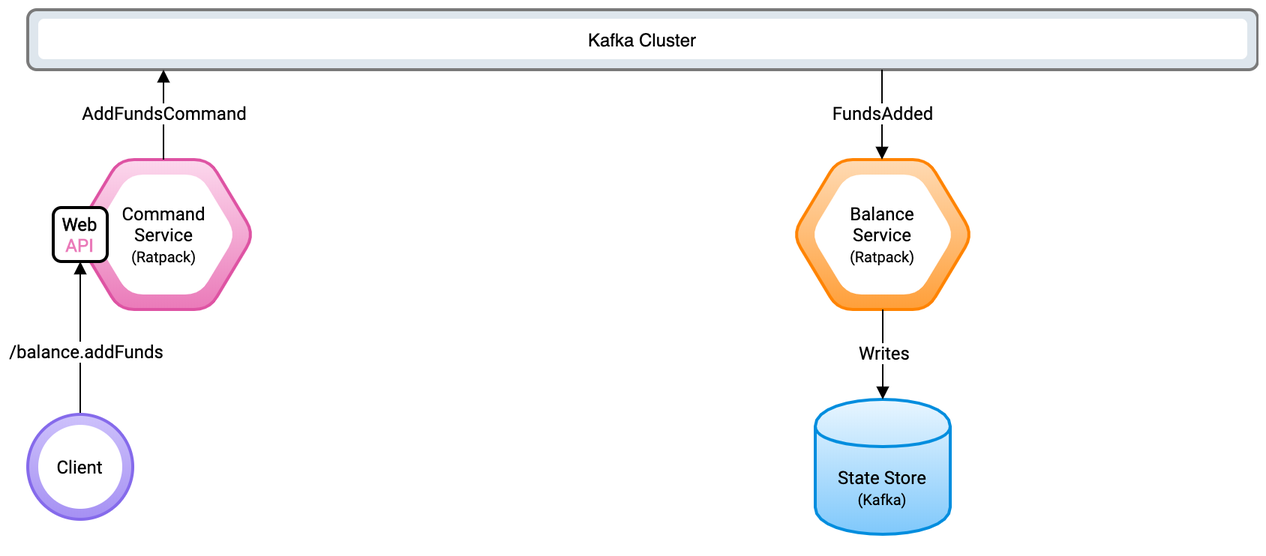
Earlier version of the draw.io export diagrams/cqrs-architecture-kafka-command-service.png (pcasas/piggybox). Source tidied: cells renumbered, new cells last; positions are measured from the earlier drawing's top-left corner, leaving out a move shared by most shapes. Source of this version:
```xml
<mxGraphModel>
  <root>
    <mxCell id="0" />
    <mxCell id="1" parent="0" />
    <mxCell id="2" style="rounded=1;whiteSpace=wrap;html=1;strokeWidth=2;fillColor=#DEE6ED;gradientColor=none;strokeColor=#7A7A7A;" parent="1" vertex="1">
      <mxGeometry width="820" height="40" as="geometry" />
    </mxCell>
    <mxCell id="3" value="Kafka Cluster" style="rounded=1;whiteSpace=wrap;html=1;strokeWidth=1;fillColor=#FFFFFF;gradientColor=none;dashed=1;perimeterSpacing=0;strokeColor=none;" parent="1" vertex="1">
      <mxGeometry x="7" y="6" width="806" height="27" as="geometry" />
    </mxCell>
    <mxCell id="4" style="shape=hexagon;perimeter=hexagonPerimeter2;whiteSpace=wrap;html=1;strokeWidth=2;fillColor=#FFDAB3;gradientColor=#FF9F39;rounded=1;comic=0;strokeColor=#ff8300;" parent="1" vertex="1">
      <mxGeometry x="510" y="100" width="120" height="100" as="geometry" />
    </mxCell>
    <mxCell id="5" value="Balance&lt;br&gt;Service&lt;br&gt;&lt;font style=&quot;font-size: 10px&quot;&gt;(Ratpack)&lt;/font&gt;" style="shape=hexagon;perimeter=hexagonPerimeter2;whiteSpace=wrap;html=1;strokeWidth=1;fillColor=#FFFFFF;gradientColor=#FFFFFF;dashed=1;fontFamily=Roboto;FType=g;rounded=1;comic=0;strokeColor=none;" parent="1" vertex="1">
      <mxGeometry x="522" y="110" width="96" height="80" as="geometry" />
    </mxCell>
    <mxCell id="6" value="&lt;font face=&quot;Roboto&quot;&gt;State Store&lt;br&gt;&lt;font style=&quot;font-size: 10px&quot;&gt;(Kafka)&lt;/font&gt;&lt;/font&gt;" style="shape=cylinder;whiteSpace=wrap;html=1;boundedLbl=1;backgroundOutline=1;strokeWidth=2;fillColor=#E9F6FF;gradientColor=#7FC8FB;shadow=0;strokeColor=#008dde;" parent="1" vertex="1">
      <mxGeometry x="525" y="260" width="90" height="90" as="geometry" />
    </mxCell>
    <mxCell id="7" style="endArrow=none;startArrow=block;html=1;entryX=0.5;entryY=1;entryDx=0;entryDy=0;exitX=0.5;exitY=0;exitDx=0;exitDy=0;startFill=1;endFill=0;" parent="1" edge="1" source="6" target="4">
      <mxGeometry relative="1" as="geometry" />
    </mxCell>
    <mxCell id="8" value="&lt;font face=&quot;Roboto&quot; style=&quot;font-size: 12px&quot;&gt;Writes&lt;/font&gt;" style="text;html=1;align=center;verticalAlign=middle;labelBackgroundColor=#ffffff;spacing=2;spacingTop=-5;" parent="7" vertex="1">
      <mxGeometry x="-0.05" y="-1" relative="1" as="geometry">
        <mxPoint x="-1" as="offset" />
      </mxGeometry>
    </mxCell>
    <mxCell id="9" style="edgeStyle=orthogonalEdgeStyle;rounded=0;orthogonalLoop=1;jettySize=auto;html=1;exitX=0.5;exitY=1;exitDx=0;exitDy=0;startArrow=block;startFill=1;endArrow=block;endFill=1;" parent="1" edge="1" source="6" target="6">
      <mxGeometry relative="1" as="geometry" />
    </mxCell>
    <mxCell id="10" style="endArrow=none;startArrow=block;html=1;entryX=0.5;entryY=1;entryDx=0;entryDy=0;exitX=0.5;exitY=0;exitDx=0;exitDy=0;startFill=1;endFill=0;" parent="1" edge="1">
      <mxGeometry relative="1" as="geometry">
        <mxPoint x="569.5" y="100" as="sourcePoint" />
        <mxPoint x="569.5" y="40" as="targetPoint" />
      </mxGeometry>
    </mxCell>
    <mxCell id="11" value="&lt;font face=&quot;Roboto&quot; style=&quot;font-size: 12px&quot;&gt;FundsAdded&lt;/font&gt;" style="text;html=1;align=center;verticalAlign=middle;labelBackgroundColor=#ffffff;spacing=2;spacingTop=-5;" parent="10" vertex="1">
      <mxGeometry x="-0.05" y="-1" relative="1" as="geometry">
        <mxPoint x="-1" as="offset" />
      </mxGeometry>
    </mxCell>
    <mxCell id="12" style="shape=hexagon;perimeter=hexagonPerimeter2;whiteSpace=wrap;html=1;strokeWidth=2;fillColor=#FCD8ED;gradientColor=#EA7AB9;rounded=1;comic=0;strokeColor=#de53a3;" parent="1" vertex="1">
      <mxGeometry x="31" y="100" width="120" height="100" as="geometry" />
    </mxCell>
    <mxCell id="13" value="Command&lt;br&gt;Service&lt;br&gt;&lt;font style=&quot;font-size: 10px&quot;&gt;(Ratpack)&lt;/font&gt;" style="shape=hexagon;perimeter=hexagonPerimeter2;whiteSpace=wrap;html=1;strokeWidth=1;fillColor=#FFFFFF;gradientColor=#FFFFFF;dashed=1;fontFamily=Roboto;FType=g;rounded=1;comic=0;strokeColor=none;" parent="1" vertex="1">
      <mxGeometry x="43" y="110" width="96" height="80" as="geometry" />
    </mxCell>
    <mxCell id="14" style="endArrow=block;startArrow=none;html=1;entryX=0.5;entryY=1;entryDx=0;entryDy=0;exitX=0.5;exitY=0;exitDx=0;exitDy=0;startFill=0;endFill=1;" parent="1" edge="1">
      <mxGeometry relative="1" as="geometry">
        <mxPoint x="90.5" y="100" as="sourcePoint" />
        <mxPoint x="90.5" y="40" as="targetPoint" />
      </mxGeometry>
    </mxCell>
    <mxCell id="15" value="&lt;font face=&quot;Roboto&quot; style=&quot;font-size: 12px&quot;&gt;AddFundsCommand&lt;/font&gt;" style="text;html=1;align=center;verticalAlign=middle;labelBackgroundColor=#ffffff;spacing=2;spacingTop=-5;" parent="14" vertex="1">
      <mxGeometry x="-0.05" y="-1" relative="1" as="geometry">
        <mxPoint x="-1" as="offset" />
      </mxGeometry>
    </mxCell>
    <mxCell id="16" value="&lt;font face=&quot;Roboto&quot;&gt;&lt;b&gt;Web&lt;/b&gt;&lt;br&gt;&lt;font color=&quot;#ea7ab9&quot;&gt;&lt;b&gt;API&lt;/b&gt;&lt;/font&gt;&lt;/font&gt;" style="rounded=1;whiteSpace=wrap;html=1;shadow=0;comic=0;strokeWidth=2;fillColor=#FFF;gradientColor=none;" parent="1" vertex="1">
      <mxGeometry x="17" y="132" width="36" height="36" as="geometry" />
    </mxCell>
    <mxCell id="17" style="endArrow=block;html=1;exitX=0.5;exitY=0;exitDx=0;exitDy=0;entryX=0.5;entryY=1;entryDx=0;entryDy=0;endFill=1;" parent="1" edge="1" source="19" target="16">
      <mxGeometry relative="1" as="geometry" />
    </mxCell>
    <mxCell id="18" value="&lt;font face=&quot;Roboto&quot;&gt;/balance.addFunds&lt;/font&gt;" style="text;html=1;align=center;verticalAlign=middle;labelBackgroundColor=#ffffff;" parent="17" vertex="1">
      <mxGeometry x="0.02" y="-2" relative="1" as="geometry">
        <mxPoint x="1" y="9" as="offset" />
      </mxGeometry>
    </mxCell>
    <mxCell id="19" style="ellipse;whiteSpace=wrap;html=1;rounded=1;shadow=0;comic=0;strokeColor=#856aeb;strokeWidth=2;fillColor=#A590F3;gradientColor=#CDC1FB;gradientDirection=north;" parent="1" vertex="1">
      <mxGeometry y="270" width="70" height="70" as="geometry" />
    </mxCell>
    <mxCell id="20" value="&lt;font face=&quot;Roboto&quot;&gt;Client&lt;/font&gt;" style="ellipse;whiteSpace=wrap;html=1;rounded=1;shadow=0;comic=0;strokeColor=none;strokeWidth=1;fillColor=#FFF;gradientColor=none;" parent="1" vertex="1">
      <mxGeometry x="7" y="277" width="56" height="56" as="geometry" />
    </mxCell>
  </root>
</mxGraphModel>
```
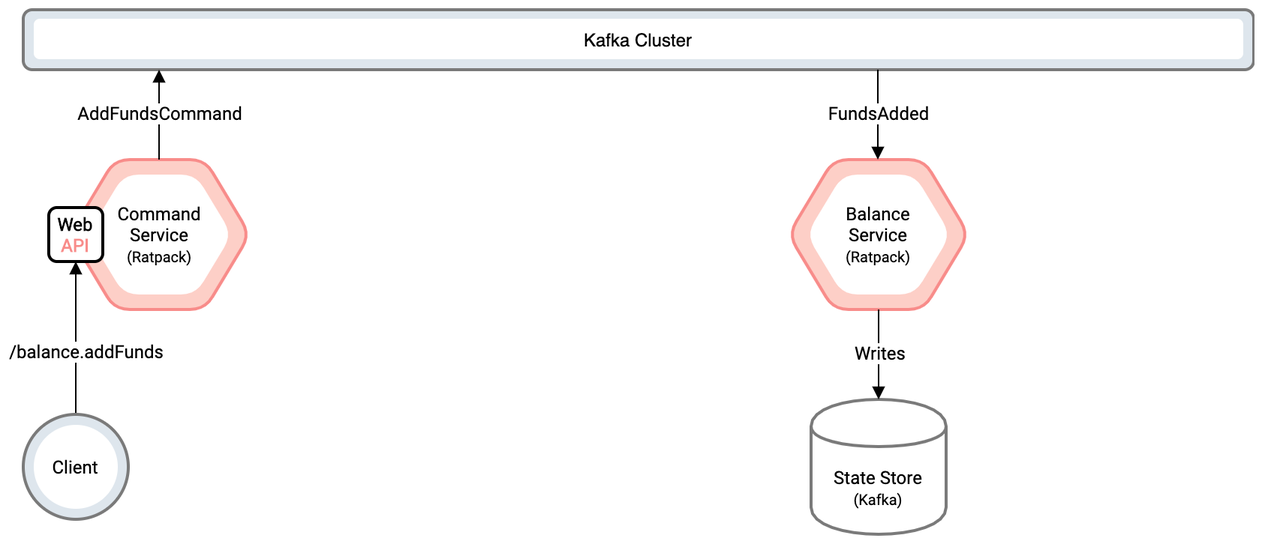
The same file after the commit.

Diff of the diagram source:
```diff
@@ -8,13 +8,13 @@
     <mxCell id="3" value="Kafka Cluster" style="rounded=1;whiteSpace=wrap;html=1;strokeWidth=1;fillColor=#FFFFFF;gradientColor=none;dashed=1;perimeterSpacing=0;strokeColor=none;" parent="1" vertex="1">
       <mxGeometry x="7" y="6" width="806" height="27" as="geometry" />
     </mxCell>
-    <mxCell id="4" style="shape=hexagon;perimeter=hexagonPerimeter2;whiteSpace=wrap;html=1;strokeWidth=2;fillColor=#FFDAB3;gradientColor=#FF9F39;rounded=1;comic=0;strokeColor=#ff8300;" parent="1" vertex="1">
+    <mxCell id="4" style="shape=hexagon;perimeter=hexagonPerimeter2;whiteSpace=wrap;html=1;strokeWidth=2;fillColor=#FDCFC7;gradientColor=none;rounded=1;comic=0;strokeColor=#F88C8A;" parent="1" vertex="1">
       <mxGeometry x="510" y="100" width="120" height="100" as="geometry" />
     </mxCell>
     <mxCell id="5" value="Balance&lt;br&gt;Service&lt;br&gt;&lt;font style=&quot;font-size: 10px&quot;&gt;(Ratpack)&lt;/font&gt;" style="shape=hexagon;perimeter=hexagonPerimeter2;whiteSpace=wrap;html=1;strokeWidth=1;fillColor=#FFFFFF;gradientColor=#FFFFFF;dashed=1;fontFamily=Roboto;FType=g;rounded=1;comic=0;strokeColor=none;" parent="1" vertex="1">
       <mxGeometry x="522" y="110" width="96" height="80" as="geometry" />
     </mxCell>
-    <mxCell id="6" value="&lt;font face=&quot;Roboto&quot;&gt;State Store&lt;br&gt;&lt;font style=&quot;font-size: 10px&quot;&gt;(Kafka)&lt;/font&gt;&lt;/font&gt;" style="shape=cylinder;whiteSpace=wrap;html=1;boundedLbl=1;backgroundOutline=1;strokeWidth=2;fillColor=#E9F6FF;gradientColor=#7FC8FB;shadow=0;strokeColor=#008dde;" parent="1" vertex="1">
+    <mxCell id="6" value="&lt;font face=&quot;Roboto&quot;&gt;State Store&lt;br&gt;&lt;font style=&quot;font-size: 10px&quot;&gt;(Kafka)&lt;/font&gt;&lt;/font&gt;" style="shape=cylinder;whiteSpace=wrap;html=1;boundedLbl=1;backgroundOutline=1;strokeWidth=2;fillColor=#fff;gradientColor=none;shadow=0;strokeColor=#7A7A7A;" parent="1" vertex="1">
       <mxGeometry x="525" y="260" width="90" height="90" as="geometry" />
     </mxCell>
     <mxCell id="7" style="endArrow=none;startArrow=block;html=1;entryX=0.5;entryY=1;entryDx=0;entryDy=0;exitX=0.5;exitY=0;exitDx=0;exitDy=0;startFill=1;endFill=0;" parent="1" edge="1" source="6" target="4">
@@ -39,7 +39,7 @@
         <mxPoint x="-1" as="offset" />
       </mxGeometry>
     </mxCell>
-    <mxCell id="12" style="shape=hexagon;perimeter=hexagonPerimeter2;whiteSpace=wrap;html=1;strokeWidth=2;fillColor=#FCD8ED;gradientColor=#EA7AB9;rounded=1;comic=0;strokeColor=#de53a3;" parent="1" vertex="1">
+    <mxCell id="12" style="shape=hexagon;perimeter=hexagonPerimeter2;whiteSpace=wrap;html=1;strokeWidth=2;fillColor=#fdcfc7;gradientColor=none;rounded=1;comic=0;strokeColor=#f88c8a;" parent="1" vertex="1">
       <mxGeometry x="31" y="100" width="120" height="100" as="geometry" />
     </mxCell>
     <mxCell id="13" value="Command&lt;br&gt;Service&lt;br&gt;&lt;font style=&quot;font-size: 10px&quot;&gt;(Ratpack)&lt;/font&gt;" style="shape=hexagon;perimeter=hexagonPerimeter2;whiteSpace=wrap;html=1;strokeWidth=1;fillColor=#FFFFFF;gradientColor=#FFFFFF;dashed=1;fontFamily=Roboto;FType=g;rounded=1;comic=0;strokeColor=none;" parent="1" vertex="1">
@@ -56,7 +56,7 @@
         <mxPoint x="-1" as="offset" />
       </mxGeometry>
     </mxCell>
-    <mxCell id="16" value="&lt;font face=&quot;Roboto&quot;&gt;&lt;b&gt;Web&lt;/b&gt;&lt;br&gt;&lt;font color=&quot;#ea7ab9&quot;&gt;&lt;b&gt;API&lt;/b&gt;&lt;/font&gt;&lt;/font&gt;" style="rounded=1;whiteSpace=wrap;html=1;shadow=0;comic=0;strokeWidth=2;fillColor=#FFF;gradientColor=none;" parent="1" vertex="1">
+    <mxCell id="16" value="&lt;font face=&quot;Roboto&quot;&gt;&lt;b&gt;Web&lt;/b&gt;&lt;br&gt;&lt;b&gt;&lt;font color=&quot;#f88c8a&quot;&gt;API&lt;/font&gt;&lt;/b&gt;&lt;/font&gt;" style="rounded=1;whiteSpace=wrap;html=1;shadow=0;comic=0;strokeWidth=2;fillColor=#FFF;gradientColor=none;" parent="1" vertex="1">
       <mxGeometry x="17" y="132" width="36" height="36" as="geometry" />
     </mxCell>
     <mxCell id="17" style="endArrow=block;html=1;exitX=0.5;exitY=0;exitDx=0;exitDy=0;entryX=0.5;entryY=1;entryDx=0;entryDy=0;endFill=1;" parent="1" edge="1" source="19" target="16">
@@ -64,10 +64,10 @@
     </mxCell>
     <mxCell id="18" value="&lt;font face=&quot;Roboto&quot;&gt;/balance.addFunds&lt;/font&gt;" style="text;html=1;align=center;verticalAlign=middle;labelBackgroundColor=#ffffff;" parent="17" vertex="1">
       <mxGeometry x="0.02" y="-2" relative="1" as="geometry">
-        <mxPoint x="1" y="9" as="offset" />
+        <mxPoint x="4" y="9" as="offset" />
       </mxGeometry>
     </mxCell>
-    <mxCell id="19" style="ellipse;whiteSpace=wrap;html=1;rounded=1;shadow=0;comic=0;strokeColor=#856aeb;strokeWidth=2;fillColor=#A590F3;gradientColor=#CDC1FB;gradientDirection=north;" parent="1" vertex="1">
+    <mxCell id="19" style="ellipse;whiteSpace=wrap;html=1;rounded=1;shadow=0;comic=0;strokeColor=#7A7A7A;strokeWidth=2;fillColor=#DEE6ED;gradientColor=none;gradientDirection=north;" parent="1" vertex="1">
       <mxGeometry y="270" width="70" height="70" as="geometry" />
     </mxCell>
     <mxCell id="20" value="&lt;font face=&quot;Roboto&quot;&gt;Client&lt;/font&gt;" style="ellipse;whiteSpace=wrap;html=1;rounded=1;shadow=0;comic=0;strokeColor=none;strokeWidth=1;fillColor=#FFF;gradientColor=none;" parent="1" vertex="1">
```
